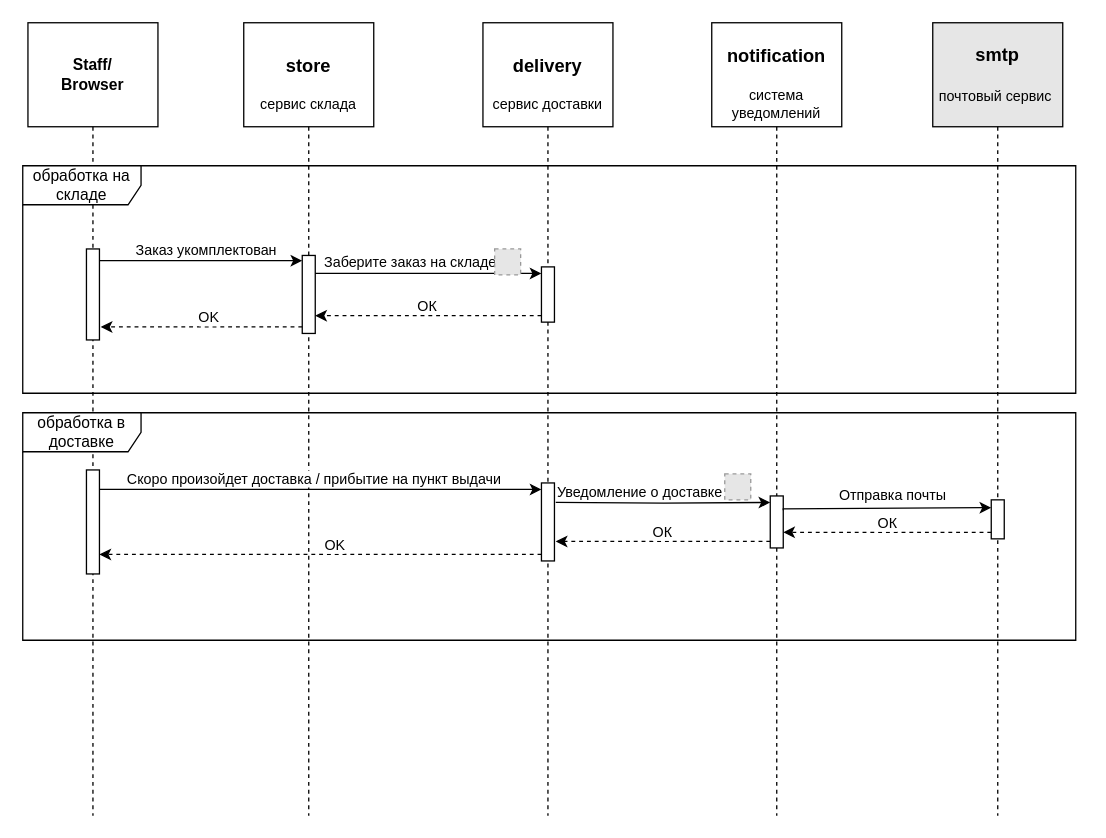
The draw.io diagram page "Seq2" (2 of 4) of assets/sequence.drawio in albyu/otus-homework-d, before the edit. Source tidied: cells renumbered, new cells numbered last; positions are measured from the earlier drawing's top-left corner, leaving out a move shared by most shapes. Both pictures are drawn from the tidied source at 130%, with x=0, y=0 at pixel (22, 22). Pictures stored in the file or linked from it are replaced by grey dashed boxes.
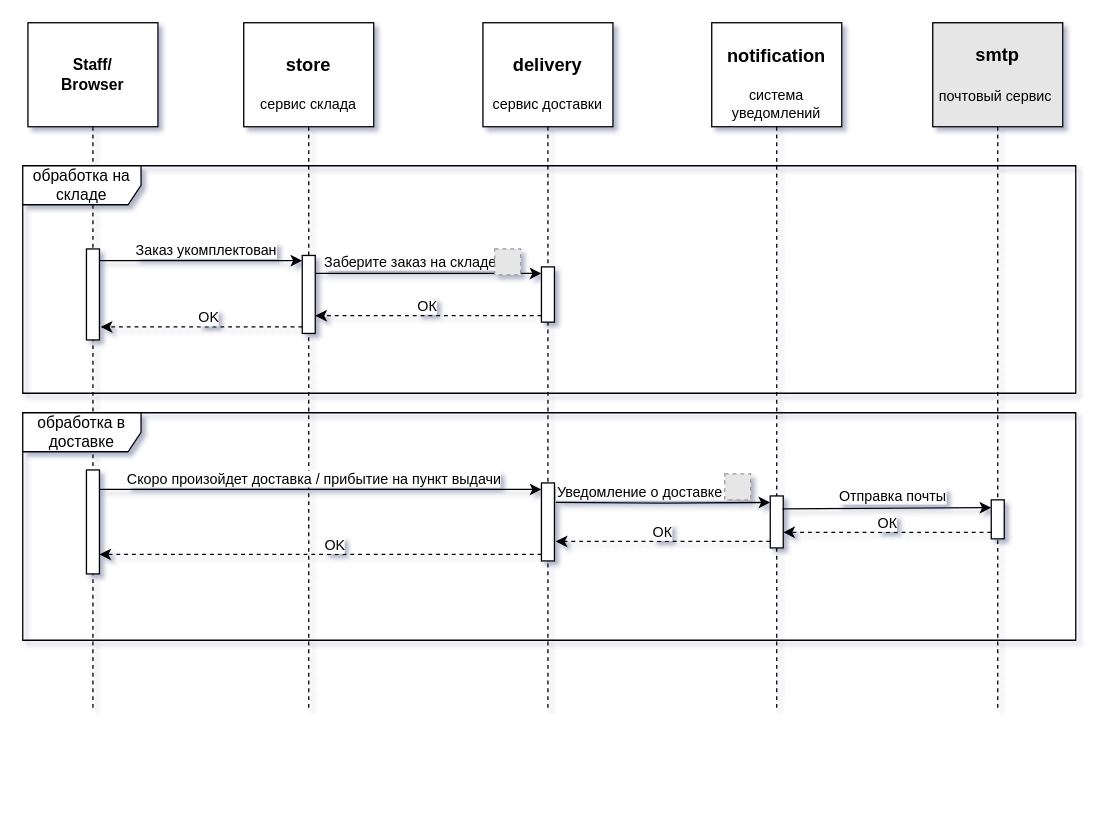
The same diagram, later.

Diff of the diagram source:
```diff
@@
-<mxGraphModel background="#ffffff">
+<mxGraphModel background="#ffffff" shadow="1">
@@
     <mxCell id="2" value="&lt;b&gt;Staff/&lt;br&gt;Browser&lt;/b&gt;" style="shape=umlLifeline;perimeter=lifelinePerimeter;whiteSpace=wrap;html=1;newEdgeStyle={&quot;curved&quot;:0,&quot;rounded&quot;:0};size=80;" parent="1" vertex="1">
-      <mxGeometry x="4" width="100" height="610" as="geometry" />
+      <mxGeometry x="4" width="100" height="530" as="geometry" />
     </mxCell>
@@
     <mxCell id="5" value="&lt;h3 style=&quot;border-color: var(--border-color);&quot;&gt;notification&lt;/h3&gt;&lt;font style=&quot;border-color: var(--border-color); font-size: 11px;&quot;&gt;система уведомлений&lt;/font&gt;" style="shape=umlLifeline;perimeter=lifelinePerimeter;whiteSpace=wrap;html=1;newEdgeStyle={&quot;curved&quot;:0,&quot;rounded&quot;:0};size=80;" parent="1" vertex="1">
-      <mxGeometry x="530" width="100" height="610" as="geometry" />
+      <mxGeometry x="530" width="100" height="530" as="geometry" />
     </mxCell>
@@
     <mxCell id="7" value="&lt;h3 style=&quot;border-color: var(--border-color);&quot;&gt;smtp&lt;/h3&gt;&lt;h3 style=&quot;border-color: var(--border-color);&quot;&gt;&lt;font style=&quot;border-color: var(--border-color); font-weight: 400; font-size: 11px;&quot;&gt;почтовый сервис&amp;nbsp;&lt;/font&gt;&lt;br&gt;&lt;/h3&gt;" style="shape=umlLifeline;perimeter=lifelinePerimeter;whiteSpace=wrap;html=1;newEdgeStyle={&quot;curved&quot;:0,&quot;rounded&quot;:0};size=80;fillColor=#E6E6E6;" parent="1" vertex="1">
-      <mxGeometry x="700" width="100" height="610" as="geometry" />
+      <mxGeometry x="700" width="100" height="530" as="geometry" />
     </mxCell>
@@
     <mxCell id="9" value="&lt;h3 style=&quot;border-color: var(--border-color);&quot;&gt;store&lt;/h3&gt;&lt;font style=&quot;border-color: var(--border-color); font-size: 11px;&quot;&gt;сервис склада&lt;/font&gt;" style="shape=umlLifeline;perimeter=lifelinePerimeter;whiteSpace=wrap;html=1;newEdgeStyle={&quot;curved&quot;:0,&quot;rounded&quot;:0};size=80;" parent="1" vertex="1">
-      <mxGeometry x="170" width="100" height="610" as="geometry" />
+      <mxGeometry x="170" width="100" height="530" as="geometry" />
     </mxCell>
@@
     <mxCell id="11" value="&lt;h3 style=&quot;border-color: var(--border-color);&quot;&gt;delivery&lt;/h3&gt;&lt;font style=&quot;border-color: var(--border-color); font-size: 11px;&quot;&gt;сервис доставки&lt;/font&gt;" style="shape=umlLifeline;perimeter=lifelinePerimeter;whiteSpace=wrap;html=1;newEdgeStyle={&quot;curved&quot;:0,&quot;rounded&quot;:0};size=80;" parent="1" vertex="1">
-      <mxGeometry x="354" width="100" height="610" as="geometry" />
+      <mxGeometry x="354" width="100" height="530" as="geometry" />
     </mxCell>
```
